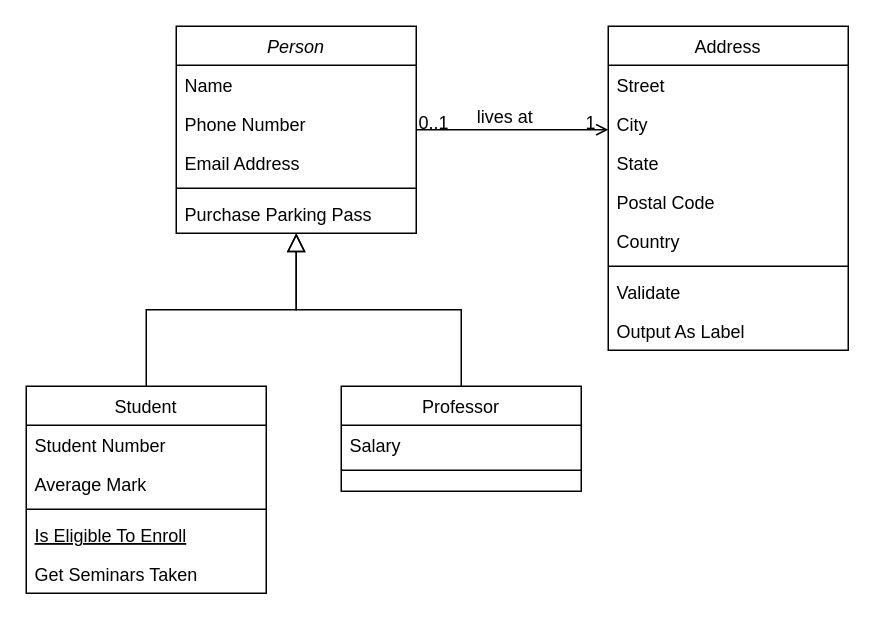
Earlier version of the draw.io diagram diagrams/test_diagram.drawio (mikolaj2268/review_radar). Source tidied: cells renumbered, new cells numbered last; positions are measured from the earlier drawing's top-left corner, leaving out a move shared by most shapes. Both pictures are drawn from the tidied source at 150%, with x=0, y=0 at pixel (26, 26).
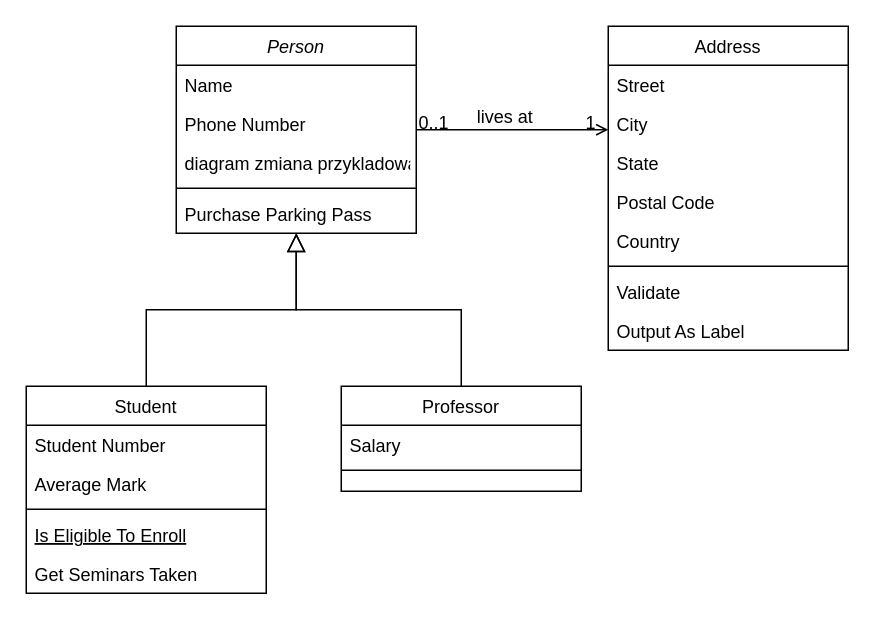
Above is the later version.

The change refers to these unchanged cells:
```xml
<mxCell id="2" value="Person" style="swimlane;fontStyle=2;align=center;verticalAlign=top;horizontal=1;startSize=26;rounded=0;shadow=0;strokeWidth=1;" parent="1" vertex="1">
  <mxGeometry x="100" width="160" height="138" as="geometry" />
</mxCell>
```

The edit, as a diff of the source:
```diff
@@
-    <mxCell id="5" value="Email Address" style="text;align=left;verticalAlign=top;spacingLeft=4;spacingRight=4;overflow=hidden;rounded=0;shadow=0;html=0;" parent="2" vertex="1">
+    <mxCell id="5" value="diagram zmiana przykladowa" style="text;align=left;verticalAlign=top;spacingLeft=4;spacingRight=4;overflow=hidden;rounded=0;shadow=0;html=0;" parent="2" vertex="1">
       <mxGeometry y="78" width="160" height="26" as="geometry" />
     </mxCell>
```
